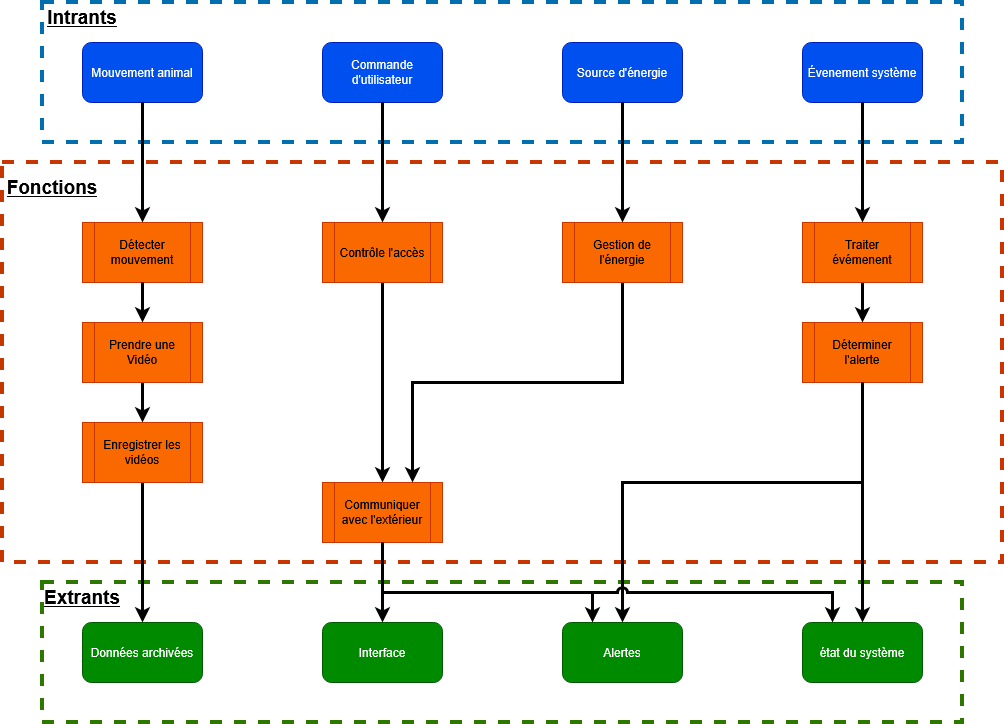
Before: Rapport/fig/diagramme_fonctionnel.png, a diagram exported from draw.io (FelixDuck15/NordFaune). Source tidied: cells renumbered, new cells last; positions are measured from the earlier drawing's top-left corner, leaving out a move shared by most shapes.
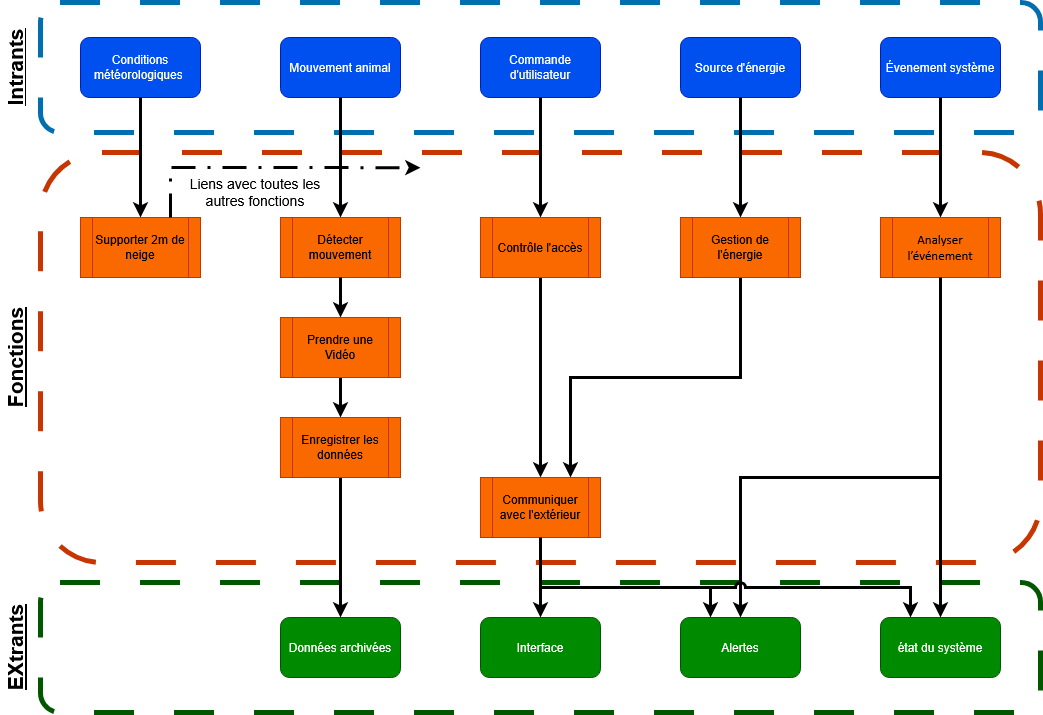
After the change.

Change to the diagram source:
```diff
@@ -2,82 +2,76 @@
   <root>
     <mxCell id="0" />
     <mxCell id="1" parent="0" />
-    <mxCell id="2" style="rounded=0;whiteSpace=wrap;html=1;fillColor=none;strokeColor=light-dark(#C73500,#FF8000);strokeWidth=4;fontColor=#000000;perimeterSpacing=0;dashed=1;" parent="1" vertex="1">
-      <mxGeometry y="160" width="1000" height="400" as="geometry" />
-    </mxCell>
-    <mxCell id="3" style="rounded=0;whiteSpace=wrap;html=1;fillColor=none;strokeColor=#2D7600;strokeWidth=4;fontColor=#ffffff;perimeterSpacing=0;dashed=1;" parent="1" vertex="1">
-      <mxGeometry x="40" y="580" width="920" height="140" as="geometry" />
-    </mxCell>
-    <mxCell id="4" style="rounded=0;whiteSpace=wrap;html=1;fillColor=none;strokeColor=light-dark(#006EAF,#6DB2FF);strokeWidth=4;fontColor=#ffffff;perimeterSpacing=0;dashed=1;" parent="1" vertex="1">
-      <mxGeometry x="40" width="920" height="140" as="geometry" />
-    </mxCell>
+    <mxCell id="39" style="rounded=1;whiteSpace=wrap;html=1;fillColor=none;strokeColor=#005700;fontColor=#ffffff;strokeWidth=5;dashed=1;dashPattern=8 8;gradientColor=default;" parent="1" vertex="1">
+      <mxGeometry y="585" width="1000" height="130" as="geometry" />
+    </mxCell>
+    <mxCell id="40" style="rounded=1;whiteSpace=wrap;html=1;fillColor=none;strokeColor=#C73500;fontColor=#000000;strokeWidth=5;dashed=1;dashPattern=8 8;" parent="1" vertex="1">
+      <mxGeometry y="155" width="1000" height="410" as="geometry" />
+    </mxCell>
+    <mxCell id="41" style="rounded=1;whiteSpace=wrap;html=1;fillColor=none;strokeColor=#006EAF;fontColor=#ffffff;strokeWidth=5;dashed=1;dashPattern=8 8;" parent="1" vertex="1">
+      <mxGeometry y="5" width="1000" height="130" as="geometry" />
+    </mxCell>
     <mxCell id="5" value="Mouvement animal" style="rounded=1;whiteSpace=wrap;html=1;fillColor=#0050ef;strokeColor=#001DBC;fontColor=#ffffff;" parent="1" vertex="1">
-      <mxGeometry x="80" y="40" width="120" height="60" as="geometry" />
+      <mxGeometry x="240" y="40" width="120" height="60" as="geometry" />
     </mxCell>
     <mxCell id="6" value="Commande d'utilisateur" style="rounded=1;whiteSpace=wrap;html=1;fillColor=#0050ef;fontColor=#ffffff;strokeColor=#001DBC;" parent="1" vertex="1">
-      <mxGeometry x="320" y="40" width="120" height="60" as="geometry" />
+      <mxGeometry x="440" y="40" width="120" height="60" as="geometry" />
     </mxCell>
     <mxCell id="7" value="Évenement système" style="rounded=1;whiteSpace=wrap;html=1;fillColor=#0050ef;fontColor=#ffffff;strokeColor=#001DBC;" parent="1" vertex="1">
-      <mxGeometry x="800" y="40" width="120" height="60" as="geometry" />
+      <mxGeometry x="840" y="40" width="120" height="60" as="geometry" />
     </mxCell>
     <mxCell id="8" value="Source d'énergie" style="rounded=1;whiteSpace=wrap;html=1;fillColor=#0050ef;fontColor=#ffffff;strokeColor=#001DBC;" parent="1" vertex="1">
-      <mxGeometry x="560" y="40" width="120" height="60" as="geometry" />
+      <mxGeometry x="640" y="40" width="120" height="60" as="geometry" />
     </mxCell>
     <mxCell id="9" style="edgeStyle=orthogonalEdgeStyle;rounded=0;jettySize=auto;html=1;exitX=0.5;exitY=1;exitDx=0;exitDy=0;entryX=0.5;entryY=0;entryDx=0;entryDy=0;strokeColor=light-dark(#000000,#000000);strokeWidth=3;" parent="1" edge="1" source="10" target="11">
       <mxGeometry relative="1" as="geometry" />
     </mxCell>
     <mxCell id="10" value="Contrôle l'accès" style="shape=process;whiteSpace=wrap;html=1;backgroundOutline=1;fillColor=light-dark(#FA6800,#FF8000);fontColor=#000000;strokeColor=#C73500;" parent="1" vertex="1">
-      <mxGeometry x="320" y="220" width="120" height="60" as="geometry" />
+      <mxGeometry x="440" y="220" width="120" height="60" as="geometry" />
     </mxCell>
     <mxCell id="11" value="Communiquer avec l'extérieur" style="shape=process;whiteSpace=wrap;html=1;backgroundOutline=1;fillColor=light-dark(#FA6800,#FF8000);fontColor=#000000;strokeColor=#C73500;" parent="1" vertex="1">
-      <mxGeometry x="320" y="480" width="120" height="60" as="geometry" />
+      <mxGeometry x="440" y="480" width="120" height="60" as="geometry" />
     </mxCell>
     <mxCell id="12" style="edgeStyle=orthogonalEdgeStyle;rounded=0;jettySize=auto;html=1;exitX=0.5;exitY=1;exitDx=0;exitDy=0;entryX=0.5;entryY=0;entryDx=0;entryDy=0;strokeWidth=3;strokeColor=light-dark(#000000,#000000);" parent="1" edge="1" source="13" target="15">
       <mxGeometry relative="1" as="geometry" />
     </mxCell>
     <mxCell id="13" value="&lt;div align=&quot;center&quot;&gt;Prendre une Vidéo&lt;/div&gt;" style="shape=process;whiteSpace=wrap;html=1;backgroundOutline=1;fillColor=light-dark(#FA6800,#FF8000);fontColor=#000000;strokeColor=#C73500;" parent="1" vertex="1">
-      <mxGeometry x="80" y="320" width="120" height="60" as="geometry" />
+      <mxGeometry x="240" y="320" width="120" height="60" as="geometry" />
     </mxCell>
     <mxCell id="14" style="edgeStyle=orthogonalEdgeStyle;rounded=0;jettySize=auto;html=1;entryX=0.5;entryY=0;entryDx=0;entryDy=0;strokeColor=light-dark(#000000,#000000);strokeWidth=3;" parent="1" edge="1" source="15" target="20">
       <mxGeometry relative="1" as="geometry" />
     </mxCell>
-    <mxCell id="15" value="Enregistrer les vidéos" style="shape=process;whiteSpace=wrap;html=1;backgroundOutline=1;fillColor=light-dark(#FA6800,#FF8000);fontColor=#000000;strokeColor=#C73500;" parent="1" vertex="1">
-      <mxGeometry x="80" y="420" width="120" height="60" as="geometry" />
+    <mxCell id="15" value="Enregistrer les données" style="shape=process;whiteSpace=wrap;html=1;backgroundOutline=1;fillColor=light-dark(#FA6800,#FF8000);fontColor=#000000;strokeColor=#C73500;" parent="1" vertex="1">
+      <mxGeometry x="240" y="420" width="120" height="60" as="geometry" />
     </mxCell>
-    <mxCell id="16" value="Déterminer l'alerte" style="shape=process;whiteSpace=wrap;html=1;backgroundOutline=1;fillColor=light-dark(#FA6800,#FF8000);fontColor=#000000;strokeColor=#C73500;" parent="1" vertex="1">
-      <mxGeometry x="800" y="320" width="120" height="60" as="geometry" />
-    </mxCell>
     <mxCell id="17" style="edgeStyle=orthogonalEdgeStyle;rounded=0;jettySize=auto;html=1;entryX=0.75;entryY=0;entryDx=0;entryDy=0;strokeColor=light-dark(#000000,#000000);strokeWidth=3;jumpStyle=arc;" parent="1" edge="1" source="18" target="11">
       <mxGeometry relative="1" as="geometry">
         <Array as="points">
-          <mxPoint x="620" y="380" />
-          <mxPoint x="410" y="380" />
+          <mxPoint x="580" y="380" />
+          <mxPoint x="450" y="380" />
         </Array>
       </mxGeometry>
     </mxCell>
     <mxCell id="18" value="Gestion de l'énergie" style="shape=process;whiteSpace=wrap;html=1;backgroundOutline=1;fillColor=light-dark(#FA6800,#FF8000);fontColor=#000000;strokeColor=#C73500;" parent="1" vertex="1">
-      <mxGeometry x="560" y="220" width="120" height="60" as="geometry" />
+      <mxGeometry x="640" y="220" width="120" height="60" as="geometry" />
     </mxCell>
     <mxCell id="19" value="Détecter mouvement" style="shape=process;whiteSpace=wrap;html=1;backgroundOutline=1;fillColor=light-dark(#FA6800,#FF8000);fontColor=#000000;strokeColor=#C73500;" parent="1" vertex="1">
-      <mxGeometry x="80" y="220" width="120" height="60" as="geometry" />
+      <mxGeometry x="240" y="220" width="120" height="60" as="geometry" />
     </mxCell>
     <mxCell id="20" value="Données archivées" style="rounded=1;whiteSpace=wrap;html=1;fillColor=#008a00;fontColor=#ffffff;strokeColor=#005700;" parent="1" vertex="1">
-      <mxGeometry x="80" y="620" width="120" height="60" as="geometry" />
+      <mxGeometry x="240" y="620" width="120" height="60" as="geometry" />
     </mxCell>
     <mxCell id="21" value="état du système" style="rounded=1;whiteSpace=wrap;html=1;fillColor=#008a00;fontColor=#ffffff;strokeColor=#005700;" parent="1" vertex="1">
-      <mxGeometry x="800" y="620" width="120" height="60" as="geometry" />
+      <mxGeometry x="840" y="620" width="120" height="60" as="geometry" />
     </mxCell>
     <mxCell id="22" value="Alertes" style="rounded=1;whiteSpace=wrap;html=1;fillColor=#008a00;fontColor=#ffffff;strokeColor=#005700;" parent="1" vertex="1">
-      <mxGeometry x="560" y="620" width="120" height="60" as="geometry" />
+      <mxGeometry x="640" y="620" width="120" height="60" as="geometry" />
     </mxCell>
     <mxCell id="23" value="Interface" style="rounded=1;whiteSpace=wrap;html=1;fillColor=#008a00;fontColor=#ffffff;strokeColor=#005700;" parent="1" vertex="1">
-      <mxGeometry x="320" y="620" width="120" height="60" as="geometry" />
+      <mxGeometry x="440" y="620" width="120" height="60" as="geometry" />
     </mxCell>
-    <mxCell id="24" style="edgeStyle=orthogonalEdgeStyle;rounded=0;jettySize=auto;html=1;exitX=0.5;exitY=1;exitDx=0;exitDy=0;entryX=0.5;entryY=0;entryDx=0;entryDy=0;strokeWidth=3;strokeColor=light-dark(#000000,#000000);" parent="1" edge="1" source="25" target="16">
-      <mxGeometry relative="1" as="geometry" />
-    </mxCell>
-    <mxCell id="25" value="Traiter évémenent" style="shape=process;whiteSpace=wrap;html=1;backgroundOutline=1;fillColor=light-dark(#FA6800,#FF8000);fontColor=#000000;strokeColor=#C73500;" parent="1" vertex="1">
-      <mxGeometry x="800" y="220" width="120" height="60" as="geometry" />
+    <mxCell id="25" value="&lt;div&gt;&lt;font style=&quot;font-size: 13px;&quot;&gt;&lt;span style=&quot;font-family: Calibri, &amp;quot;Calibri_EmbeddedFont&amp;quot;, &amp;quot;Calibri_MSFontService&amp;quot;, sans-serif;&quot; lang=&quot;FR-CA&quot; class=&quot;TextRun SCXW19925981 BCX2&quot;&gt;&lt;span class=&quot;NormalTextRun SCXW19925981 BCX2&quot;&gt;Analyser &lt;/span&gt;&lt;span class=&quot;NormalTextRun SCXW19925981 BCX2&quot;&gt;l’événement&lt;/span&gt;&lt;/span&gt;&lt;/font&gt;&lt;/div&gt;" style="shape=process;whiteSpace=wrap;html=1;backgroundOutline=1;fillColor=light-dark(#FA6800,#FF8000);fontColor=#000000;strokeColor=#C73500;" parent="1" vertex="1">
+      <mxGeometry x="840" y="220" width="120" height="60" as="geometry" />
     </mxCell>
     <mxCell id="26" style="edgeStyle=orthogonalEdgeStyle;rounded=0;jettySize=auto;html=1;entryX=0.5;entryY=0;entryDx=0;entryDy=0;strokeColor=light-dark(#000000,#050505);startSize=6;strokeWidth=3;" parent="1" edge="1" source="5" target="19">
       <mxGeometry relative="1" as="geometry" />
@@ -94,52 +88,77 @@
     <mxCell id="30" style="edgeStyle=orthogonalEdgeStyle;rounded=0;jettySize=auto;html=1;entryX=0.5;entryY=0;entryDx=0;entryDy=0;strokeColor=light-dark(#000000,#000000);strokeWidth=3;" parent="1" edge="1" source="7" target="25">
       <mxGeometry relative="1" as="geometry" />
     </mxCell>
-    <mxCell id="31" value="&lt;span style=&quot;color: light-dark(rgb(0, 0, 0), rgb(0, 0, 0));&quot;&gt;&lt;b&gt;&lt;u&gt;Fonctions&lt;/u&gt;&lt;/b&gt;&lt;/span&gt;" style="text;html=1;whiteSpace=wrap;strokeColor=none;fillColor=none;align=center;verticalAlign=middle;rounded=0;fontSize=19;" parent="1" vertex="1">
-      <mxGeometry x="20" y="170" width="60" height="30" as="geometry" />
-    </mxCell>
-    <mxCell id="32" value="&lt;font style=&quot;font-size: 19px;&quot;&gt;&lt;span style=&quot;color: light-dark(rgb(0, 0, 0), rgb(0, 0, 0));&quot;&gt;&lt;b&gt;&lt;u&gt;Intrants&lt;/u&gt;&lt;/b&gt;&lt;/span&gt;&lt;/font&gt;" style="text;html=1;whiteSpace=wrap;strokeColor=none;fillColor=none;align=center;verticalAlign=middle;rounded=0;" parent="1" vertex="1">
-      <mxGeometry x="50" width="60" height="30" as="geometry" />
-    </mxCell>
     <mxCell id="33" style="edgeStyle=orthogonalEdgeStyle;rounded=0;jettySize=auto;html=1;exitX=0.5;exitY=1;exitDx=0;exitDy=0;entryX=0.5;entryY=0;entryDx=0;entryDy=0;strokeColor=light-dark(#000000,#000000);strokeWidth=3;" parent="1" edge="1" source="11" target="23">
       <mxGeometry relative="1" as="geometry">
         <Array as="points">
-          <mxPoint x="380" y="570" />
-          <mxPoint x="380" y="570" />
+          <mxPoint x="500" y="560" />
+          <mxPoint x="500" y="560" />
         </Array>
       </mxGeometry>
     </mxCell>
-    <mxCell id="34" style="endArrow=classic;html=1;rounded=0;strokeColor=light-dark(#000000,#000000);strokeWidth=3;" parent="1" edge="1">
+    <mxCell id="34" style="endArrow=classic;html=1;rounded=0;strokeColor=light-dark(#000000,#000000);strokeWidth=3;entryX=0.25;entryY=0;entryDx=0;entryDy=0;" parent="1" edge="1" target="22">
       <mxGeometry relative="1" as="geometry">
-        <mxPoint x="380" y="590" as="sourcePoint" />
-        <mxPoint x="590" y="620" as="targetPoint" />
+        <mxPoint x="500" y="590" as="sourcePoint" />
         <Array as="points">
-          <mxPoint x="490" y="590" />
-          <mxPoint x="590" y="590" />
+          <mxPoint x="670" y="590" />
         </Array>
       </mxGeometry>
     </mxCell>
-    <mxCell id="35" value="&lt;b style=&quot;color: light-dark(rgb(0, 0, 0), rgb(0, 0, 0));&quot;&gt;&lt;u&gt;Extrants&lt;/u&gt;&lt;/b&gt;" style="text;html=1;whiteSpace=wrap;strokeColor=none;fillColor=none;align=center;verticalAlign=middle;rounded=0;fontSize=19;" parent="1" vertex="1">
-      <mxGeometry x="50" y="580" width="60" height="30" as="geometry" />
-    </mxCell>
-    <mxCell id="36" style="edgeStyle=orthogonalEdgeStyle;rounded=0;jettySize=auto;html=1;entryX=0.5;entryY=0;entryDx=0;entryDy=0;fontFamily=Helvetica;fontSize=12;fontColor=default;strokeWidth=3;strokeColor=light-dark(#000000,#000000);" parent="1" edge="1" source="16" target="21">
-      <mxGeometry relative="1" as="geometry" />
+    <mxCell id="36" style="edgeStyle=orthogonalEdgeStyle;rounded=0;jettySize=auto;html=1;entryX=0.5;entryY=0;entryDx=0;entryDy=0;fontFamily=Helvetica;fontSize=12;fontColor=default;strokeWidth=3;strokeColor=light-dark(#000000,#000000);exitX=0.5;exitY=1;exitDx=0;exitDy=0;" parent="1" edge="1" source="25" target="21">
+      <mxGeometry relative="1" as="geometry">
+        <Array as="points">
+          <mxPoint x="900" y="620" />
+        </Array>
+      </mxGeometry>
     </mxCell>
     <mxCell id="37" style="endArrow=classic;html=1;rounded=0;fontFamily=Helvetica;fontSize=12;fontColor=default;entryX=0.5;entryY=0;entryDx=0;entryDy=0;strokeWidth=3;strokeColor=light-dark(#000000,#000000);" parent="1" edge="1" target="22">
       <mxGeometry relative="1" as="geometry">
-        <mxPoint x="860" y="480" as="sourcePoint" />
+        <mxPoint x="900" y="480" as="sourcePoint" />
         <Array as="points">
-          <mxPoint x="620" y="480" />
+          <mxPoint x="700" y="480" />
         </Array>
       </mxGeometry>
     </mxCell>
     <mxCell id="38" style="endArrow=classic;html=1;rounded=0;strokeColor=light-dark(#000000,#000000);strokeWidth=3;noJump=0;jumpStyle=arc;entryX=0.25;entryY=0;entryDx=0;entryDy=0;" parent="1" edge="1" target="21">
       <mxGeometry relative="1" as="geometry">
-        <mxPoint x="590" y="590" as="sourcePoint" />
+        <mxPoint x="550" y="590" as="sourcePoint" />
         <Array as="points">
-          <mxPoint x="740" y="590" />
-          <mxPoint x="830" y="590" />
+          <mxPoint x="700" y="590" />
+          <mxPoint x="870" y="590" />
         </Array>
       </mxGeometry>
     </mxCell>
+    <mxCell id="42" value="&lt;div&gt;Conditions météorologiques&amp;nbsp;&lt;/div&gt;" style="rounded=1;whiteSpace=wrap;html=1;fillColor=#0050ef;strokeColor=#001DBC;fontColor=#ffffff;" parent="1" vertex="1">
+      <mxGeometry x="40" y="40" width="120" height="60" as="geometry" />
+    </mxCell>
+    <mxCell id="43" value="Supporter 2m de neige" style="shape=process;whiteSpace=wrap;html=1;backgroundOutline=1;fillColor=light-dark(#FA6800,#FF8000);fontColor=#000000;strokeColor=#C73500;" parent="1" vertex="1">
+      <mxGeometry x="40" y="220" width="120" height="60" as="geometry" />
+    </mxCell>
+    <mxCell id="44" style="endArrow=classic;html=1;rounded=0;exitX=0.5;exitY=1;exitDx=0;exitDy=0;entryX=0.5;entryY=0;entryDx=0;entryDy=0;strokeColor=light-dark(#000000,#000000);strokeWidth=3;" parent="1" edge="1" source="42" target="43">
+      <mxGeometry relative="1" as="geometry">
+        <Array as="points">
+          <mxPoint x="100" y="170" />
+        </Array>
+      </mxGeometry>
+    </mxCell>
+    <mxCell id="45" style="endArrow=classic;html=1;rounded=0;exitX=0.75;exitY=0;exitDx=0;exitDy=0;strokeWidth=3;strokeColor=light-dark(#000000,#000000);dashed=1;dashPattern=8 4 1 4;entryX=0.38;entryY=0.037;entryDx=0;entryDy=0;entryPerimeter=0;" parent="1" edge="1" source="43" target="40">
+      <mxGeometry relative="1" as="geometry">
+        <Array as="points">
+          <mxPoint x="130" y="170" />
+        </Array>
+      </mxGeometry>
+    </mxCell>
+    <mxCell id="46" value="&lt;font style=&quot;font-size: 14px;&quot;&gt;Liens avec toutes les autres fonctions&lt;/font&gt;" style="text;html=1;whiteSpace=wrap;strokeColor=none;fillColor=none;align=center;verticalAlign=middle;rounded=0;fontColor=light-dark(#000000,#000000);" parent="1" vertex="1">
+      <mxGeometry x="140" y="180" width="150" height="30" as="geometry" />
+    </mxCell>
+    <mxCell id="32" value="&lt;div&gt;&lt;font style=&quot;font-size: 21px;&quot;&gt;&lt;u&gt;&lt;b&gt;Intrants&lt;/b&gt;&lt;/u&gt;&lt;/font&gt;&lt;/div&gt;" style="text;html=1;whiteSpace=wrap;strokeColor=none;fillColor=none;align=center;verticalAlign=middle;rounded=0;fontColor=light-dark(#000000,#000000);rotation=-90;" parent="1" vertex="1">
+      <mxGeometry x="-70" y="55" width="90" height="30" as="geometry" />
+    </mxCell>
+    <mxCell id="31" value="&lt;div&gt;&lt;font style=&quot;font-size: 21px;&quot;&gt;&lt;b&gt;&lt;u&gt;Fonctions&lt;/u&gt;&lt;/b&gt;&lt;/font&gt;&lt;/div&gt;" style="text;html=1;whiteSpace=wrap;strokeColor=none;fillColor=none;align=center;verticalAlign=middle;rounded=0;fontColor=light-dark(#000000,#000000);rotation=-90;" parent="1" vertex="1">
+      <mxGeometry x="-70" y="345" width="90" height="30" as="geometry" />
+    </mxCell>
+    <mxCell id="47" value="&lt;div&gt;&lt;font style=&quot;font-size: 21px;&quot;&gt;&lt;b&gt;&lt;u&gt;EXtrants&lt;/u&gt;&lt;/b&gt;&lt;/font&gt;&lt;/div&gt;" style="text;html=1;whiteSpace=wrap;strokeColor=none;fillColor=none;align=center;verticalAlign=middle;rounded=0;fontColor=light-dark(#000000,#000000);rotation=-90;" parent="1" vertex="1">
+      <mxGeometry x="-70" y="635" width="90" height="30" as="geometry" />
+    </mxCell>
   </root>
 </mxGraphModel>
```
